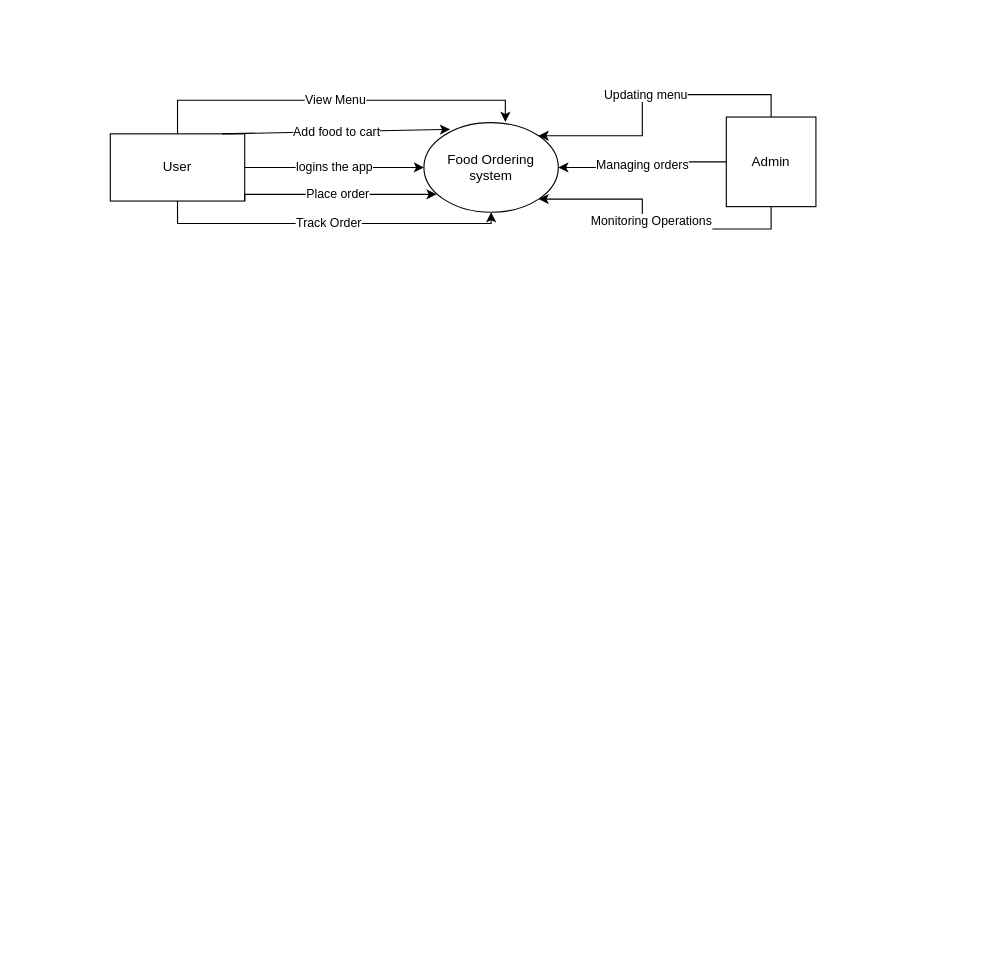
Before: Untitled Diagram.drawio in Akansha2004pandey/food-app-dataflow, a draw.io diagram. Source tidied: cells renumbered, new cells numbered last; positions are measured from the earlier drawing's top-left corner, leaving out a move shared by most shapes. Both pictures are drawn from the tidied source at 112%, with x=0, y=0 at pixel (110, 116).
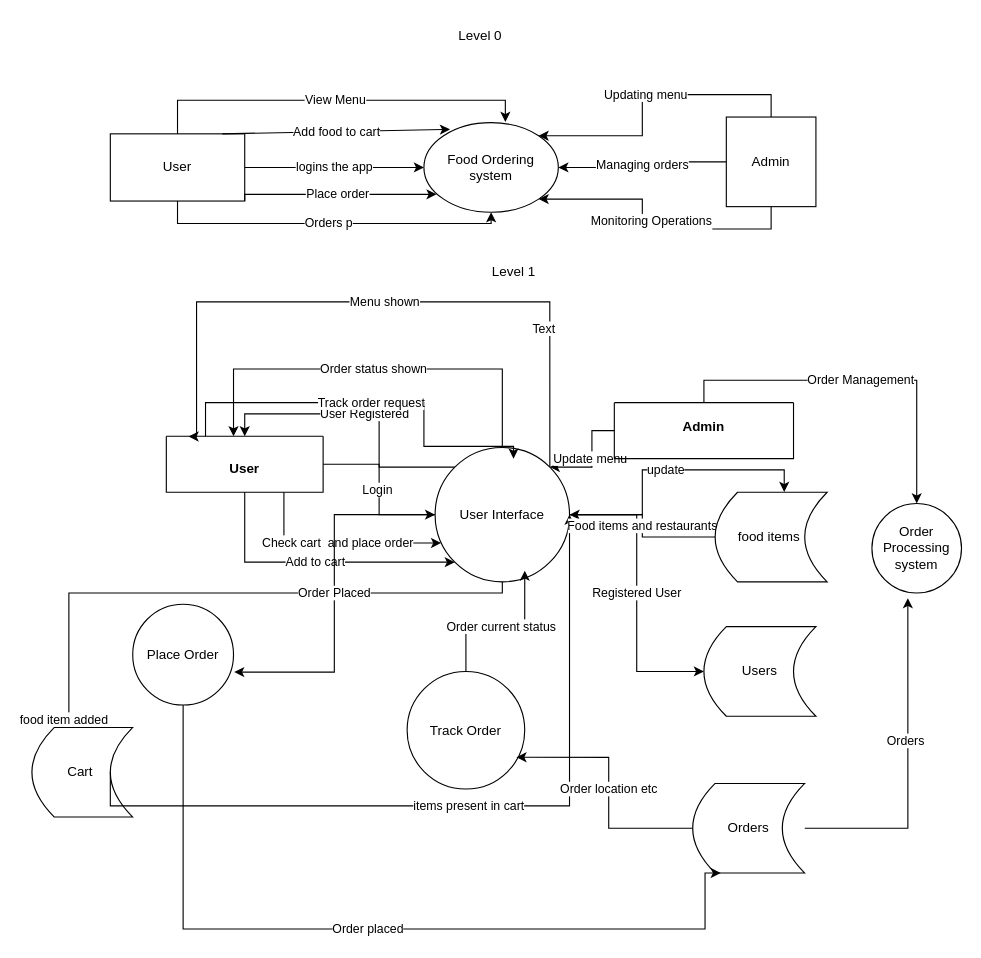
Above is the later version.

The change refers to these unchanged cells:
```xml
<mxCell id="3" value="User" style="rounded=0;whiteSpace=wrap;html=1;" parent="1" vertex="1">
  <mxGeometry y="15" width="120" height="60" as="geometry" />
</mxCell>
<mxCell id="4" value="Food Ordering system" style="ellipse;whiteSpace=wrap;html=1;" parent="1" vertex="1">
  <mxGeometry x="280" y="5" width="120" height="80" as="geometry" />
</mxCell>
```

Change to the diagram source:
```diff
@@
-    <mxCell id="2" value="Track Order" style="edgeStyle=orthogonalEdgeStyle;rounded=0;jettySize=auto;html=1;exitX=0.5;exitY=1;exitDx=0;exitDy=0;entryX=0.5;entryY=1;entryDx=0;entryDy=0;" parent="1" edge="1" source="3" target="4">
+    <mxCell id="2" value="Orders p" style="edgeStyle=orthogonalEdgeStyle;rounded=0;jettySize=auto;html=1;exitX=0.5;exitY=1;exitDx=0;exitDy=0;entryX=0.5;entryY=1;entryDx=0;entryDy=0;" parent="1" edge="1" source="3" target="4">
       <mxGeometry relative="1" as="geometry" />
     </mxCell>
@@
+    <mxCell id="13" value="Level 0" style="text;html=1;align=center;verticalAlign=middle;strokeColor=none;fillColor=none;" parent="1" vertex="1">
+      <mxGeometry x="300" y="-87" width="60" height="30" as="geometry" />
+    </mxCell>
+    <mxCell id="14" value="Level 1&lt;div&gt;&lt;br/&gt;&lt;/div&gt;" style="text;html=1;align=center;verticalAlign=middle;strokeColor=none;fillColor=none;" parent="1" vertex="1">
+      <mxGeometry x="330" y="125" width="60" height="40" as="geometry" />
+    </mxCell>
+    <mxCell id="15" value="Login&amp;nbsp;" style="edgeStyle=orthogonalEdgeStyle;rounded=0;jettySize=auto;html=1;" parent="1" edge="1" source="17" target="28">
+      <mxGeometry relative="1" as="geometry" />
+    </mxCell>
+    <mxCell id="16" value="Add to cart" style="edgeStyle=orthogonalEdgeStyle;rounded=0;jettySize=auto;html=1;exitX=0.5;exitY=1;exitDx=0;exitDy=0;entryX=0;entryY=1;entryDx=0;entryDy=0;" parent="1" edge="1" source="17" target="28">
+      <mxGeometry relative="1" as="geometry" />
+    </mxCell>
+    <mxCell id="17" value="&#10;&#10;&#10;&#10;User" style="swimlane;startSize=0;" parent="1" vertex="1">
+      <mxGeometry x="50" y="285" width="140" height="50" as="geometry" />
+    </mxCell>
+    <mxCell id="18" value="Update menu&amp;nbsp;" style="edgeStyle=orthogonalEdgeStyle;rounded=0;jettySize=auto;html=1;exitX=0;exitY=0.5;exitDx=0;exitDy=0;entryX=1;entryY=0;entryDx=0;entryDy=0;" parent="1" edge="1" source="20" target="28">
+      <mxGeometry relative="1" as="geometry" />
+    </mxCell>
+    <mxCell id="19" value="Order Management" style="edgeStyle=orthogonalEdgeStyle;rounded=0;jettySize=auto;html=1;exitX=0.5;exitY=0;exitDx=0;exitDy=0;entryX=0.5;entryY=0;entryDx=0;entryDy=0;" parent="1" edge="1" source="20" target="44">
+      <mxGeometry relative="1" as="geometry" />
+    </mxCell>
+    <mxCell id="20" value="&#10;&#10;&#10;Admin" style="swimlane;startSize=0;" parent="1" vertex="1">
+      <mxGeometry x="450" y="255" width="160" height="50" as="geometry" />
+    </mxCell>
+    <mxCell id="21" value="Track Order" style="ellipse;whiteSpace=wrap;html=1;" parent="1" vertex="1">
+      <mxGeometry x="265" y="495" width="105" height="105" as="geometry" />
+    </mxCell>
+    <mxCell id="22" value="Place Order" style="ellipse;whiteSpace=wrap;html=1;" parent="1" vertex="1">
+      <mxGeometry x="20" y="435" width="90" height="90" as="geometry" />
+    </mxCell>
+    <mxCell id="23" value="User Registered" style="edgeStyle=orthogonalEdgeStyle;rounded=0;jettySize=auto;html=1;exitX=0;exitY=0;exitDx=0;exitDy=0;entryX=0.5;entryY=0;entryDx=0;entryDy=0;" parent="1" edge="1" source="28" target="17">
+      <mxGeometry relative="1" as="geometry" />
+    </mxCell>
+    <mxCell id="24" value="Registered User" style="edgeStyle=orthogonalEdgeStyle;rounded=0;jettySize=auto;html=1;entryX=0;entryY=0.5;entryDx=0;entryDy=0;" parent="1" edge="1" source="28" target="29">
+      <mxGeometry relative="1" as="geometry" />
+    </mxCell>
+    <mxCell id="25" style="edgeStyle=orthogonalEdgeStyle;rounded=0;jettySize=auto;html=1;exitX=0.5;exitY=1;exitDx=0;exitDy=0;entryX=0.327;entryY=-0.083;entryDx=0;entryDy=0;entryPerimeter=0;" parent="1" edge="1" source="28" target="30">
+      <mxGeometry relative="1" as="geometry">
+        <Array as="points">
+          <mxPoint x="350" y="425" />
+          <mxPoint x="-37" y="425" />
+        </Array>
+      </mxGeometry>
+    </mxCell>
+    <mxCell id="26" value="food item added&amp;nbsp;" style="edgeLabel;html=1;align=center;verticalAlign=middle;" parent="25" vertex="1">
+      <mxGeometry x="1" y="-1" relative="1" as="geometry" />
+    </mxCell>
+    <mxCell id="27" value="Order status shown" style="edgeStyle=orthogonalEdgeStyle;rounded=0;jettySize=auto;html=1;" parent="1" edge="1" source="28" target="17">
+      <mxGeometry relative="1" as="geometry">
+        <Array as="points">
+          <mxPoint x="350" y="225" />
+          <mxPoint x="110" y="225" />
+        </Array>
+      </mxGeometry>
+    </mxCell>
+    <mxCell id="28" value="User Interface" style="ellipse;whiteSpace=wrap;html=1;" parent="1" vertex="1">
+      <mxGeometry x="290" y="295" width="120" height="120" as="geometry" />
+    </mxCell>
+    <mxCell id="29" value="Users" style="shape=dataStorage;whiteSpace=wrap;html=1;fixedSize=1;" parent="1" vertex="1">
+      <mxGeometry x="530" y="455" width="100" height="80" as="geometry" />
+    </mxCell>
+    <mxCell id="30" value="Cart&amp;nbsp;" style="shape=dataStorage;whiteSpace=wrap;html=1;fixedSize=1;" parent="1" vertex="1">
+      <mxGeometry x="-70" y="545" width="90" height="80" as="geometry" />
+    </mxCell>
+    <mxCell id="31" value="Check cart&amp;nbsp; and place order" style="edgeStyle=orthogonalEdgeStyle;rounded=0;jettySize=auto;html=1;exitX=0.75;exitY=1;exitDx=0;exitDy=0;entryX=0.044;entryY=0.711;entryDx=0;entryDy=0;entryPerimeter=0;" parent="1" edge="1" source="17" target="28">
+      <mxGeometry relative="1" as="geometry" />
+    </mxCell>
+    <mxCell id="32" value="Order Placed" style="edgeStyle=orthogonalEdgeStyle;rounded=0;jettySize=auto;html=1;entryX=1.007;entryY=0.673;entryDx=0;entryDy=0;entryPerimeter=0;" parent="1" edge="1" source="28" target="22">
+      <mxGeometry relative="1" as="geometry" />
+    </mxCell>
+    <mxCell id="33" value="items present in cart" style="edgeStyle=orthogonalEdgeStyle;rounded=0;jettySize=auto;html=1;" parent="1" edge="1" target="28">
+      <mxGeometry relative="1" as="geometry">
+        <mxPoint y="585" as="sourcePoint" />
+        <Array as="points">
+          <mxPoint y="615" />
+          <mxPoint x="410" y="615" />
+        </Array>
+      </mxGeometry>
+    </mxCell>
+    <mxCell id="34" value="Food items and restaurants" style="edgeStyle=orthogonalEdgeStyle;rounded=0;jettySize=auto;html=1;" parent="1" edge="1" source="35" target="28">
+      <mxGeometry relative="1" as="geometry" />
+    </mxCell>
+    <mxCell id="35" value="food items&amp;nbsp;" style="shape=dataStorage;whiteSpace=wrap;html=1;fixedSize=1;" parent="1" vertex="1">
+      <mxGeometry x="540" y="335" width="100" height="80" as="geometry" />
+    </mxCell>
+    <mxCell id="36" value="Track order request" style="edgeStyle=orthogonalEdgeStyle;rounded=0;jettySize=auto;html=1;exitX=0.25;exitY=0;exitDx=0;exitDy=0;" parent="1" edge="1" source="17">
+      <mxGeometry relative="1" as="geometry">
+        <mxPoint x="360" y="305" as="targetPoint" />
+        <Array as="points">
+          <mxPoint x="85" y="255" />
+          <mxPoint x="280" y="255" />
+          <mxPoint x="280" y="294" />
+        </Array>
+      </mxGeometry>
+    </mxCell>
+    <mxCell id="37" value="Orders" style="shape=dataStorage;whiteSpace=wrap;html=1;fixedSize=1;" parent="1" vertex="1">
+      <mxGeometry x="520" y="595" width="100" height="80" as="geometry" />
+    </mxCell>
+    <mxCell id="38" value="Order location etc" style="edgeStyle=orthogonalEdgeStyle;rounded=0;jettySize=auto;html=1;entryX=0.93;entryY=0.73;entryDx=0;entryDy=0;entryPerimeter=0;" parent="1" edge="1" source="37" target="21">
+      <mxGeometry relative="1" as="geometry" />
+    </mxCell>
+    <mxCell id="39" value="Order current status" style="edgeStyle=orthogonalEdgeStyle;rounded=0;jettySize=auto;html=1;entryX=0.667;entryY=0.917;entryDx=0;entryDy=0;entryPerimeter=0;" parent="1" edge="1" source="21" target="28">
+      <mxGeometry relative="1" as="geometry" />
+    </mxCell>
+    <mxCell id="40" value="Order placed" style="edgeStyle=orthogonalEdgeStyle;rounded=0;jettySize=auto;html=1;entryX=0.25;entryY=1;entryDx=0;entryDy=0;" parent="1" edge="1" source="22" target="37">
+      <mxGeometry relative="1" as="geometry">
+        <Array as="points">
+          <mxPoint x="65" y="725" />
+          <mxPoint x="531" y="725" />
+          <mxPoint x="531" y="675" />
+        </Array>
+      </mxGeometry>
+    </mxCell>
+    <mxCell id="41" value="Menu shown" style="edgeStyle=orthogonalEdgeStyle;rounded=0;jettySize=auto;html=1;exitX=1;exitY=0;exitDx=0;exitDy=0;entryX=0.142;entryY=0.003;entryDx=0;entryDy=0;entryPerimeter=0;" parent="1" edge="1" source="28" target="17">
+      <mxGeometry relative="1" as="geometry">
+        <Array as="points">
+          <mxPoint x="392" y="165" />
+          <mxPoint x="77" y="165" />
+          <mxPoint x="77" y="285" />
+        </Array>
+      </mxGeometry>
+    </mxCell>
+    <mxCell id="42" value="Text" style="edgeLabel;html=1;align=center;verticalAlign=middle;" parent="41" vertex="1">
+      <mxGeometry x="-0.58" y="6" relative="1" as="geometry" />
+    </mxCell>
+    <mxCell id="43" value="update" style="edgeStyle=orthogonalEdgeStyle;rounded=0;jettySize=auto;html=1;entryX=0.617;entryY=-0.003;entryDx=0;entryDy=0;entryPerimeter=0;" parent="1" edge="1" source="28" target="35">
+      <mxGeometry relative="1" as="geometry" />
+    </mxCell>
+    <mxCell id="44" value="Order Processing system" style="ellipse;whiteSpace=wrap;html=1;" parent="1" vertex="1">
+      <mxGeometry x="680" y="345" width="80" height="80" as="geometry" />
+    </mxCell>
+    <mxCell id="45" style="edgeStyle=orthogonalEdgeStyle;rounded=0;jettySize=auto;html=1;entryX=0.401;entryY=1.057;entryDx=0;entryDy=0;entryPerimeter=0;" parent="1" edge="1" source="37" target="44">
+      <mxGeometry relative="1" as="geometry" />
+    </mxCell>
+    <mxCell id="46" value="Orders" style="edgeLabel;html=1;align=center;verticalAlign=middle;" parent="45" vertex="1">
+      <mxGeometry x="0.15" y="3" relative="1" as="geometry" />
+    </mxCell>
```
